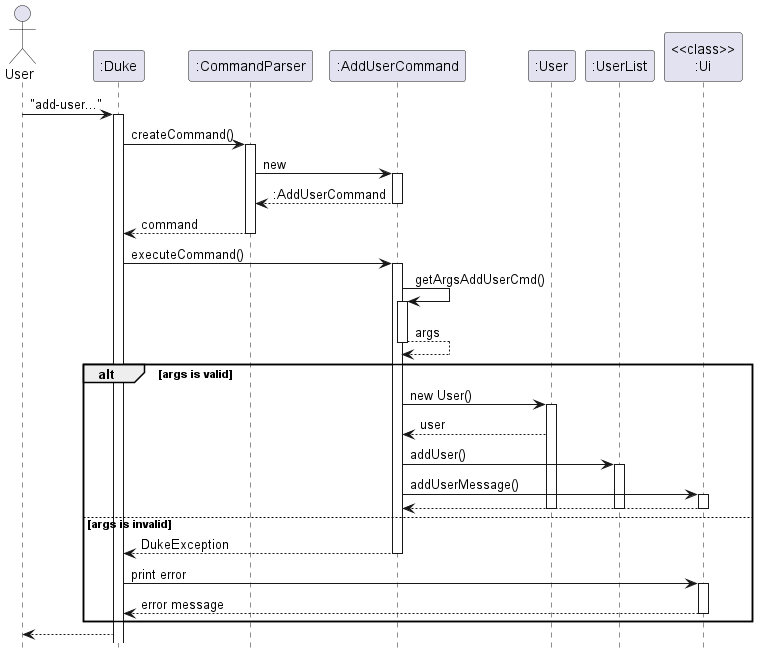
nus-cs2113-AY2223S1/tp keeps this PlantUML diagram as docs/images/AddUserSequence.png. Above is the earlier version. Its source is kept beside it as docs/diagrams/user/AddUserSequence.puml.
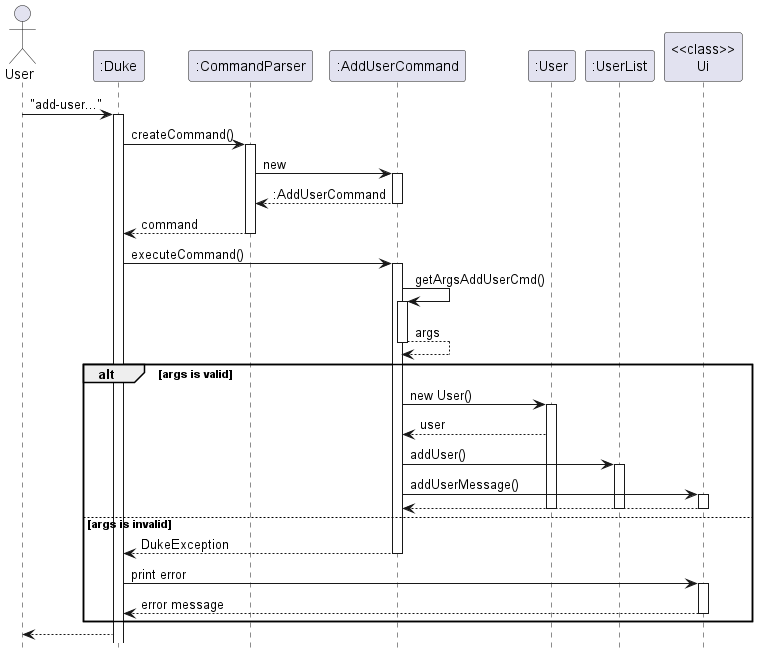
The same diagram one commit later.

Diff of the diagram source:
```diff
@@ -21,19 +21,19 @@
     ":User" --> ":AddUserCommand": user
     ":AddUserCommand" -> ":UserList": addUser()
     activate ":UserList"
-    ":AddUserCommand" -> "<<class>>\n:Ui": addUserMessage()
-    activate "<<class>>\n:Ui"
+    ":AddUserCommand" -> "<<class>>\nUi": addUserMessage()
+    activate "<<class>>\nUi"
     return
     deactivate ":UserList"
-    deactivate "<<class>>\n:Ui"
+    deactivate "<<class>>\nUi"
     deactivate ":User"
 else args is invalid
     ":AddUserCommand" --> ":Duke" : DukeException
     deactivate ":AddUserCommand"
-    ":Duke" -> "<<class>>\n:Ui" : print error
-    activate "<<class>>\n:Ui"
-    "<<class>>\n:Ui" --> ":Duke" : error message
-    deactivate "<<class>>\n:Ui"
+    ":Duke" -> "<<class>>\nUi" : print error
+    activate "<<class>>\nUi"
+    "<<class>>\nUi" --> ":Duke" : error message
+    deactivate "<<class>>\nUi"
 end
 ":Duke" --> "User"
 @enduml
```
